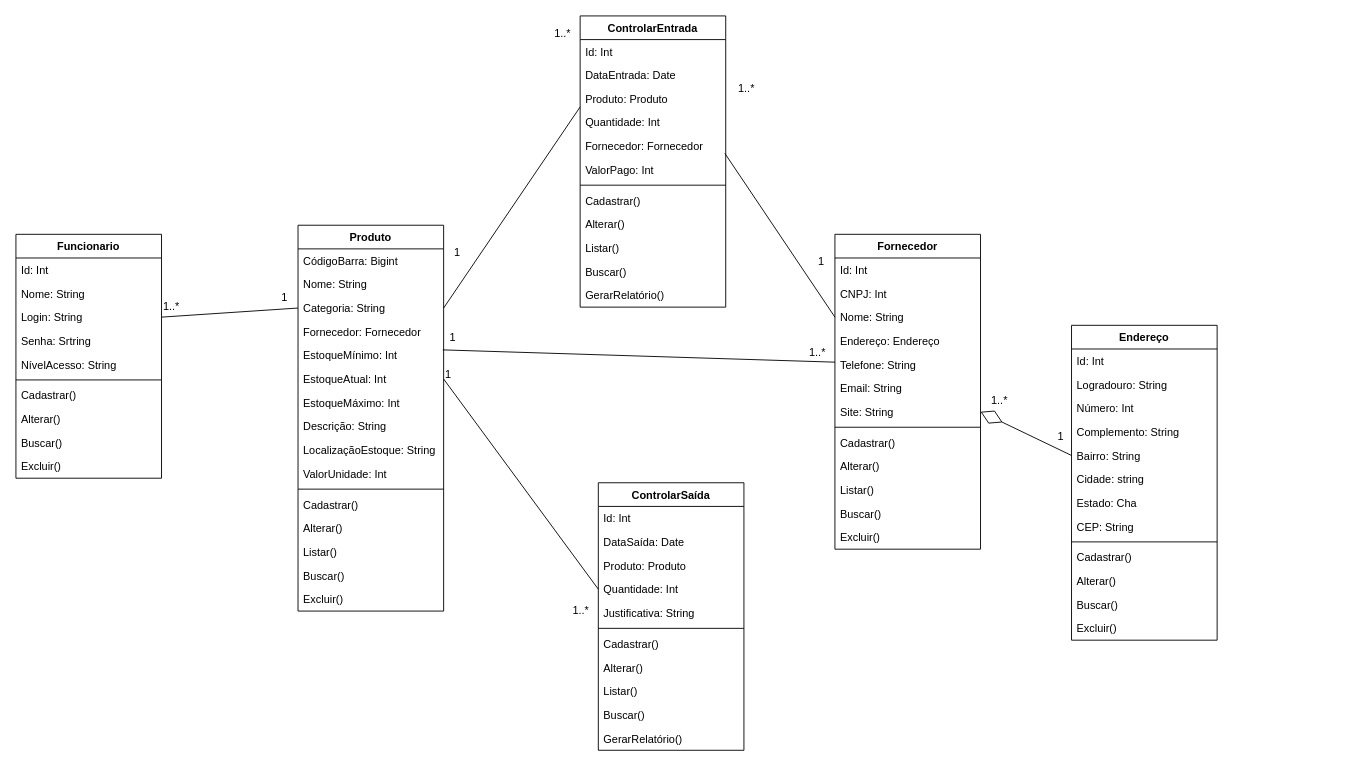
Above: UML/diagramaDeClasse.drawio in fernandounger/OfficeClean (draw.io), before the change. Source tidied: cells renumbered, new cells numbered last; positions are measured from the earlier drawing's top-left corner, leaving out a move shared by most shapes. Both pictures are drawn from the tidied source at 91%, with x=0, y=0 at pixel (15, 15).
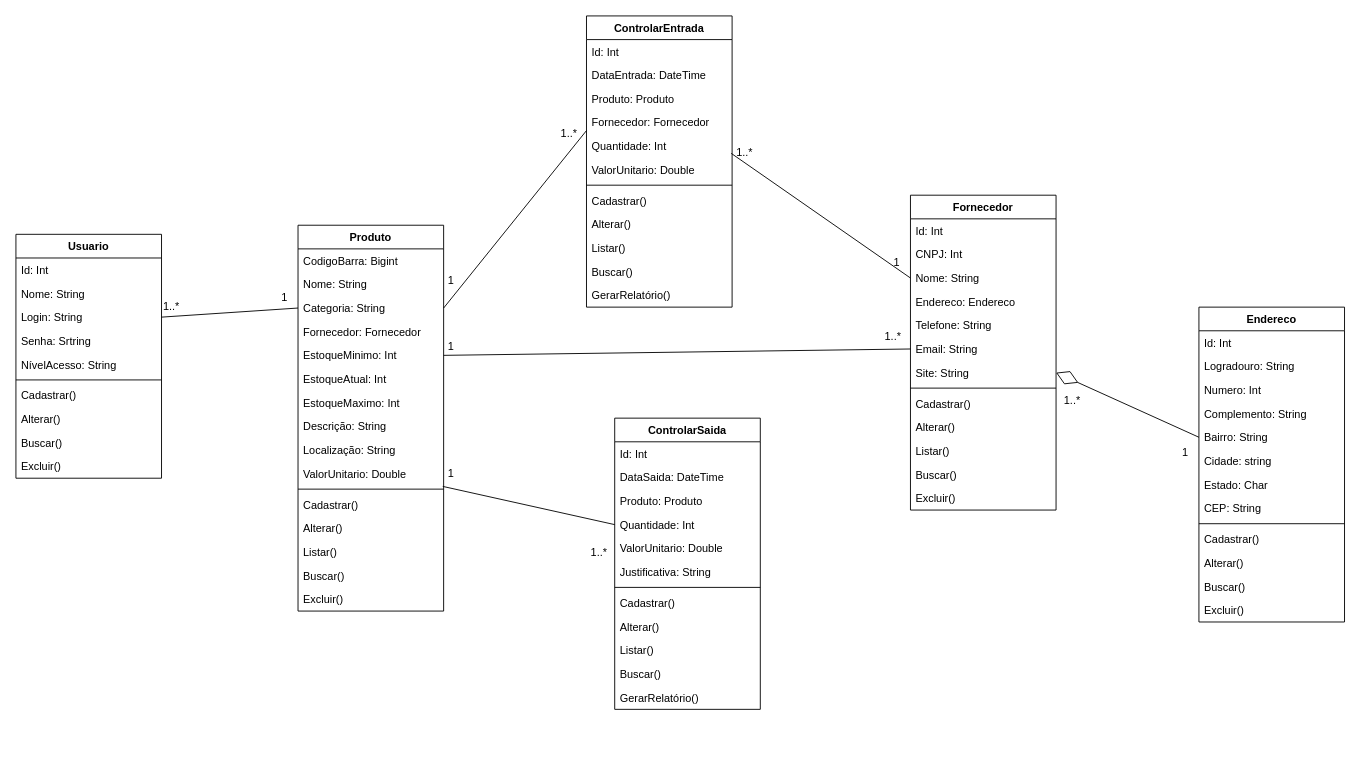
The same page after the edit.

The change refers to these unchanged cells:
```xml
<mxCell id="13" value="Produto" style="swimlane;fontStyle=1;align=center;verticalAlign=top;horizontal=1;startSize=26;" parent="1" vertex="1">
  <mxGeometry x="310" y="230" width="160" height="424" as="geometry" />
</mxCell>
<mxCell id="24" style="line;strokeWidth=1;fillColor=none;align=left;verticalAlign=middle;spacingTop=-1;spacingLeft=3;spacingRight=3;labelPosition=right;points=[];portConstraint=eastwest;" parent="13" vertex="1">
  <mxGeometry y="286" width="160" height="8" as="geometry" />
</mxCell>
<mxCell id="35" value="Telefone: String" style="text;strokeColor=none;fillColor=none;align=left;verticalAlign=top;spacingLeft=4;spacingRight=4;overflow=hidden;points=[[0,0.5],[1,0.5]];portConstraint=eastwest;" parent="30" vertex="1">
  <mxGeometry y="130" width="160" height="26" as="geometry" />
</mxCell>
<mxCell id="36" value="Email: String " style="text;strokeColor=none;fillColor=none;align=left;verticalAlign=top;spacingLeft=4;spacingRight=4;overflow=hidden;points=[[0,0.5],[1,0.5]];portConstraint=eastwest;" parent="30" vertex="1">
  <mxGeometry y="156" width="160" height="26" as="geometry" />
</mxCell>
<mxCell id="61" value="Quantidade: Int" style="text;strokeColor=none;fillColor=none;align=left;verticalAlign=top;spacingLeft=4;spacingRight=4;overflow=hidden;points=[[0,0.5],[1,0.5]];portConstraint=eastwest;" parent="57" vertex="1">
  <mxGeometry y="104" width="160" height="26" as="geometry" />
</mxCell>
```

What changed in the source:
```diff
@@
-    <mxCell id="2" value="Funcionario" style="swimlane;fontStyle=1;align=center;verticalAlign=top;horizontal=1;startSize=26;" parent="1" vertex="1">
+    <mxCell id="2" value="Usuario" style="swimlane;fontStyle=1;align=center;verticalAlign=top;horizontal=1;startSize=26;" parent="1" vertex="1">
       <mxGeometry y="240" width="160" height="268" as="geometry" />
     </mxCell>
@@
-    <mxCell id="14" value="CódigoBarra: Bigint" style="text;strokeColor=none;fillColor=none;align=left;verticalAlign=top;spacingLeft=4;spacingRight=4;overflow=hidden;" parent="13" vertex="1">
+    <mxCell id="14" value="CodigoBarra: Bigint" style="text;strokeColor=none;fillColor=none;align=left;verticalAlign=top;spacingLeft=4;spacingRight=4;overflow=hidden;" parent="13" vertex="1">
       <mxGeometry y="26" width="160" height="26" as="geometry" />
     </mxCell>
@@
-    <mxCell id="18" value="EstoqueMínimo: Int" style="text;strokeColor=none;fillColor=none;align=left;verticalAlign=top;spacingLeft=4;spacingRight=4;overflow=hidden;points=[[0,0.5],[1,0.5]];portConstraint=eastwest;" parent="13" vertex="1">
+    <mxCell id="18" value="EstoqueMinimo: Int" style="text;strokeColor=none;fillColor=none;align=left;verticalAlign=top;spacingLeft=4;spacingRight=4;overflow=hidden;points=[[0,0.5],[1,0.5]];portConstraint=eastwest;" parent="13" vertex="1">
       <mxGeometry y="130" width="160" height="26" as="geometry" />
     </mxCell>
-    <mxCell id="19" value="EstoqueAtual: Int" style="text;strokeColor=none;fillColor=none;align=left;verticalAlign=top;spacingLeft=4;spacingRight=4;overflow=hidden;points=[[0,0.5],[1,0.5]];portConstraint=eastwest;" parent="13" vertex="1">
-      <mxGeometry y="156" width="160" height="26" as="geometry" />
-    </mxCell>
-    <mxCell id="20" value="EstoqueMáximo: Int" style="text;strokeColor=none;fillColor=none;align=left;verticalAlign=top;spacingLeft=4;spacingRight=4;overflow=hidden;" parent="13" vertex="1">
-      <mxGeometry y="182" width="160" height="26" as="geometry" />
+    <mxCell id="20" value="EstoqueAtual: Int" style="text;strokeColor=none;fillColor=none;align=left;verticalAlign=top;spacingLeft=4;spacingRight=4;overflow=hidden;" parent="13" vertex="1">
+      <mxGeometry y="156" width="160" height="26" as="geometry" />
     </mxCell>
+    <mxCell id="101" value="EstoqueMaximo: Int" style="text;strokeColor=none;fillColor=none;align=left;verticalAlign=top;spacingLeft=4;spacingRight=4;overflow=hidden;" parent="13" vertex="1">
+      <mxGeometry y="182" width="160" height="26" as="geometry" />
+    </mxCell>
+    <mxCell id="102" value="Descrição: String" style="text;strokeColor=none;fillColor=none;align=left;verticalAlign=top;spacingLeft=4;spacingRight=4;overflow=hidden;" parent="13" vertex="1">
+      <mxGeometry y="208" width="160" height="26" as="geometry" />
+    </mxCell>
-    <mxCell id="21" value="Descrição: String" style="text;strokeColor=none;fillColor=none;align=left;verticalAlign=top;spacingLeft=4;spacingRight=4;overflow=hidden;" parent="13" vertex="1">
-      <mxGeometry y="208" width="160" height="26" as="geometry" />
+    <mxCell id="21" value="Localização: String" style="text;strokeColor=none;fillColor=none;align=left;verticalAlign=top;spacingLeft=4;spacingRight=4;overflow=hidden;" parent="13" vertex="1">
+      <mxGeometry y="234" width="160" height="26" as="geometry" />
     </mxCell>
-    <mxCell id="22" value="LocalizaçãoEstoque: String" style="text;strokeColor=none;fillColor=none;align=left;verticalAlign=top;spacingLeft=4;spacingRight=4;overflow=hidden;" parent="13" vertex="1">
-      <mxGeometry y="234" width="160" height="26" as="geometry" />
-    </mxCell>
-    <mxCell id="23" value="ValorUnidade: Int" style="text;strokeColor=none;fillColor=none;align=left;verticalAlign=top;spacingLeft=4;spacingRight=4;overflow=hidden;" parent="13" vertex="1">
-      <mxGeometry y="260" width="160" height="26" as="geometry" />
-    </mxCell>
+    <mxCell id="103" value="ValorUnitario: Double" style="text;strokeColor=none;fillColor=none;align=left;verticalAlign=top;spacingLeft=4;spacingRight=4;overflow=hidden;" parent="13" vertex="1">
+      <mxGeometry y="260" width="160" height="26" as="geometry" />
+    </mxCell>
@@
     <mxCell id="30" value="Fornecedor" style="swimlane;fontStyle=1;align=center;verticalAlign=top;horizontal=1;startSize=26;" parent="1" vertex="1">
-      <mxGeometry x="900" y="240" width="160" height="346" as="geometry" />
+      <mxGeometry x="983" y="197" width="160" height="346" as="geometry" />
     </mxCell>
@@
-    <mxCell id="34" value="Endereço: Endereço" style="text;strokeColor=none;fillColor=none;align=left;verticalAlign=top;spacingLeft=4;spacingRight=4;overflow=hidden;" parent="30" vertex="1">
+    <mxCell id="34" value="Endereco: Endereco" style="text;strokeColor=none;fillColor=none;align=left;verticalAlign=top;spacingLeft=4;spacingRight=4;overflow=hidden;" parent="30" vertex="1">
       <mxGeometry y="104" width="160" height="26" as="geometry" />
     </mxCell>
@@
     <mxCell id="44" value="ControlarEntrada" style="swimlane;fontStyle=1;align=center;verticalAlign=top;horizontal=1;startSize=26;" parent="1" vertex="1">
-      <mxGeometry x="620" width="160" height="320" as="geometry" />
+      <mxGeometry x="627" width="160" height="320" as="geometry" />
     </mxCell>
@@
-    <mxCell id="46" value="DataEntrada: Date" style="text;strokeColor=none;fillColor=none;align=left;verticalAlign=top;spacingLeft=4;spacingRight=4;overflow=hidden;" parent="44" vertex="1">
+    <mxCell id="46" value="DataEntrada: DateTime" style="text;strokeColor=none;fillColor=none;align=left;verticalAlign=top;spacingLeft=4;spacingRight=4;overflow=hidden;" parent="44" vertex="1">
       <mxGeometry y="52" width="160" height="26" as="geometry" />
     </mxCell>
@@
+    <mxCell id="49" value="Fornecedor: Fornecedor" style="text;strokeColor=none;fillColor=none;align=left;verticalAlign=top;spacingLeft=4;spacingRight=4;overflow=hidden;" parent="44" vertex="1">
+      <mxGeometry y="104" width="160" height="26" as="geometry" />
+    </mxCell>
     <mxCell id="48" value="Quantidade: Int" style="text;strokeColor=none;fillColor=none;align=left;verticalAlign=top;spacingLeft=4;spacingRight=4;overflow=hidden;points=[[0,0.5],[1,0.5]];portConstraint=eastwest;" parent="44" vertex="1">
-      <mxGeometry y="104" width="160" height="26" as="geometry" />
+      <mxGeometry y="130" width="160" height="26" as="geometry" />
     </mxCell>
-    <mxCell id="49" value="Fornecedor: Fornecedor" style="text;strokeColor=none;fillColor=none;align=left;verticalAlign=top;spacingLeft=4;spacingRight=4;overflow=hidden;" parent="44" vertex="1">
-      <mxGeometry y="130" width="160" height="26" as="geometry" />
-    </mxCell>
-    <mxCell id="50" value="ValorPago: Int" style="text;strokeColor=none;fillColor=none;align=left;verticalAlign=top;spacingLeft=4;spacingRight=4;overflow=hidden;points=[[0,0.5],[1,0.5]];portConstraint=eastwest;" parent="44" vertex="1">
+    <mxCell id="50" value="ValorUnitario: Double" style="text;strokeColor=none;fillColor=none;align=left;verticalAlign=top;spacingLeft=4;spacingRight=4;overflow=hidden;points=[[0,0.5],[1,0.5]];portConstraint=eastwest;" parent="44" vertex="1">
       <mxGeometry y="156" width="160" height="26" as="geometry" />
     </mxCell>
@@
-    <mxCell id="57" value="ControlarSaída" style="swimlane;fontStyle=1;align=center;verticalAlign=top;horizontal=1;startSize=26;" parent="1" vertex="1">
-      <mxGeometry x="640" y="513" width="160" height="294" as="geometry" />
+    <mxCell id="57" value="ControlarSaida" style="swimlane;fontStyle=1;align=center;verticalAlign=top;horizontal=1;startSize=26;" parent="1" vertex="1">
+      <mxGeometry x="658" y="442" width="160" height="320" as="geometry" />
     </mxCell>
@@
-    <mxCell id="59" value="DataSaída: Date" style="text;strokeColor=none;fillColor=none;align=left;verticalAlign=top;spacingLeft=4;spacingRight=4;overflow=hidden;" parent="57" vertex="1">
+    <mxCell id="59" value="DataSaida: DateTime" style="text;strokeColor=none;fillColor=none;align=left;verticalAlign=top;spacingLeft=4;spacingRight=4;overflow=hidden;" parent="57" vertex="1">
       <mxGeometry y="52" width="160" height="26" as="geometry" />
     </mxCell>
@@
+    <mxCell id="104" value="ValorUnitario: Double" style="text;strokeColor=none;fillColor=none;align=left;verticalAlign=top;spacingLeft=4;spacingRight=4;overflow=hidden;" parent="57" vertex="1">
+      <mxGeometry y="130" width="160" height="26" as="geometry" />
+    </mxCell>
     <mxCell id="62" value="Justificativa: String" style="text;strokeColor=none;fillColor=none;align=left;verticalAlign=top;spacingLeft=4;spacingRight=4;overflow=hidden;" parent="57" vertex="1">
-      <mxGeometry y="130" width="160" height="26" as="geometry" />
+      <mxGeometry y="156" width="160" height="26" as="geometry" />
     </mxCell>
     <mxCell id="63" style="line;strokeWidth=1;fillColor=none;align=left;verticalAlign=middle;spacingTop=-1;spacingLeft=3;spacingRight=3;labelPosition=right;" parent="57" vertex="1">
-      <mxGeometry y="156" width="160" height="8" as="geometry" />
+      <mxGeometry y="182" width="160" height="8" as="geometry" />
     </mxCell>
     <mxCell id="64" value="Cadastrar()" style="text;strokeColor=none;fillColor=none;align=left;verticalAlign=top;spacingLeft=4;spacingRight=4;overflow=hidden;" parent="57" vertex="1">
-      <mxGeometry y="164" width="160" height="26" as="geometry" />
+      <mxGeometry y="190" width="160" height="26" as="geometry" />
     </mxCell>
     <mxCell id="65" value="Alterar()" style="text;strokeColor=none;fillColor=none;align=left;verticalAlign=top;spacingLeft=4;spacingRight=4;overflow=hidden;" parent="57" vertex="1">
-      <mxGeometry y="190" width="160" height="26" as="geometry" />
+      <mxGeometry y="216" width="160" height="26" as="geometry" />
     </mxCell>
     <mxCell id="66" value="Listar()" style="text;strokeColor=none;fillColor=none;align=left;verticalAlign=top;spacingLeft=4;spacingRight=4;overflow=hidden;" parent="57" vertex="1">
-      <mxGeometry y="216" width="160" height="26" as="geometry" />
+      <mxGeometry y="242" width="160" height="26" as="geometry" />
     </mxCell>
     <mxCell id="67" value="Buscar()" style="text;strokeColor=none;fillColor=none;align=left;verticalAlign=top;spacingLeft=4;spacingRight=4;overflow=hidden;" parent="57" vertex="1">
-      <mxGeometry y="242" width="160" height="26" as="geometry" />
+      <mxGeometry y="268" width="160" height="26" as="geometry" />
     </mxCell>
     <mxCell id="68" value="GerarRelatório()" style="text;strokeColor=none;fillColor=none;align=left;verticalAlign=top;spacingLeft=4;spacingRight=4;overflow=hidden;" parent="57" vertex="1">
-      <mxGeometry y="268" width="160" height="26" as="geometry" />
+      <mxGeometry y="294" width="160" height="26" as="geometry" />
     </mxCell>
-    <mxCell id="69" value="Endereço" style="swimlane;fontStyle=1;align=center;verticalAlign=top;horizontal=1;startSize=26;" parent="1" vertex="1">
-      <mxGeometry x="1160" y="340" width="160" height="346" as="geometry" />
+    <mxCell id="69" value="Endereco" style="swimlane;fontStyle=1;align=center;verticalAlign=top;horizontal=1;startSize=26;" parent="1" vertex="1">
+      <mxGeometry x="1300" y="320" width="160" height="346" as="geometry" />
     </mxCell>
@@
-    <mxCell id="72" value="Número: Int" style="text;strokeColor=none;fillColor=none;align=left;verticalAlign=top;spacingLeft=4;spacingRight=4;overflow=hidden;" parent="69" vertex="1">
+    <mxCell id="72" value="Numero: Int" style="text;strokeColor=none;fillColor=none;align=left;verticalAlign=top;spacingLeft=4;spacingRight=4;overflow=hidden;" parent="69" vertex="1">
       <mxGeometry y="78" width="160" height="26" as="geometry" />
     </mxCell>
@@
-    <mxCell id="76" value="Estado: Cha" style="text;strokeColor=none;fillColor=none;align=left;verticalAlign=top;spacingLeft=4;spacingRight=4;overflow=hidden;" parent="69" vertex="1">
+    <mxCell id="76" value="Estado: Char" style="text;strokeColor=none;fillColor=none;align=left;verticalAlign=top;spacingLeft=4;spacingRight=4;overflow=hidden;" parent="69" vertex="1">
       <mxGeometry y="182" width="160" height="26" as="geometry" />
     </mxCell>
@@
-    <mxCell id="85" style="endArrow=none;html=1;exitX=1;exitY=0.5;exitDx=0;exitDy=0;entryX=0;entryY=0.5;entryDx=0;entryDy=0;" parent="1" edge="1" source="19" target="61">
+    <mxCell id="85" style="endArrow=none;html=1;exitX=0.994;exitY=0.125;exitDx=0;exitDy=0;entryX=0;entryY=0.5;entryDx=0;entryDy=0;exitPerimeter=0;" parent="1" edge="1" source="24" target="61">
       <mxGeometry relative="1" as="geometry" />
     </mxCell>
-    <mxCell id="86" style="endArrow=none;html=1;exitX=0.994;exitY=0.269;exitDx=0;exitDy=0;exitPerimeter=0;" parent="1" edge="1" source="18" target="35">
-      <mxGeometry relative="1" as="geometry" />
-    </mxCell>
@@
     <mxCell id="91" value="1..*" style="text;html=1;align=left;verticalAlign=top;spacingTop=-4;" parent="1" vertex="1">
-      <mxGeometry x="590" y="10" width="30" height="20" as="geometry" />
+      <mxGeometry x="597" y="120" width="30" height="20" as="geometry" />
     </mxCell>
     <mxCell id="92" value="1" style="text;html=1;align=left;verticalAlign=top;spacingTop=-4;" parent="1" vertex="1">
-      <mxGeometry x="480" y="250" width="20" height="20" as="geometry" />
+      <mxGeometry x="472.5" y="281" width="20" height="20" as="geometry" />
     </mxCell>
     <mxCell id="93" value="1..*" style="text;html=1;align=left;verticalAlign=top;spacingTop=-4;" parent="1" vertex="1">
-      <mxGeometry x="870" y="360" width="30" height="20" as="geometry" />
+      <mxGeometry x="953" y="343" width="30" height="20" as="geometry" />
     </mxCell>
     <mxCell id="94" value="1" style="text;html=1;align=left;verticalAlign=top;spacingTop=-4;" parent="1" vertex="1">
-      <mxGeometry x="475" y="344" width="20" height="20" as="geometry" />
+      <mxGeometry x="472.5" y="354" width="20" height="20" as="geometry" />
     </mxCell>
     <mxCell id="95" value="1" style="text;html=1;align=left;verticalAlign=top;spacingTop=-4;" parent="1" vertex="1">
-      <mxGeometry x="470" y="384" width="20" height="20" as="geometry" />
+      <mxGeometry x="472.5" y="493" width="20" height="20" as="geometry" />
     </mxCell>
     <mxCell id="96" value="1..*" style="text;html=1;align=left;verticalAlign=top;spacingTop=-4;" parent="1" vertex="1">
-      <mxGeometry x="610" y="644" width="30" height="20" as="geometry" />
+      <mxGeometry x="630" y="580" width="30" height="20" as="geometry" />
     </mxCell>
     <mxCell id="97" value="1..*" style="text;html=1;align=left;verticalAlign=top;spacingTop=-4;" parent="1" vertex="1">
-      <mxGeometry x="792" y="70" width="30" height="20" as="geometry" />
+      <mxGeometry x="790" y="140" width="30" height="20" as="geometry" />
     </mxCell>
     <mxCell id="98" value="1" style="text;html=1;align=left;verticalAlign=top;spacingTop=-4;" parent="1" vertex="1">
-      <mxGeometry x="880" y="260" width="20" height="20" as="geometry" />
+      <mxGeometry x="963" y="261" width="20" height="20" as="geometry" />
     </mxCell>
     <mxCell id="99" value="1" style="text;html=1;align=left;verticalAlign=top;spacingTop=-4;" parent="1" vertex="1">
-      <mxGeometry x="1143" y="453" width="20" height="20" as="geometry" />
+      <mxGeometry x="1280" y="470" width="20" height="20" as="geometry" />
     </mxCell>
     <mxCell id="100" value="1..*" style="text;html=1;align=left;verticalAlign=top;spacingTop=-4;" parent="1" vertex="1">
-      <mxGeometry x="1070" y="413" width="30" height="20" as="geometry" />
+      <mxGeometry x="1150" y="413" width="30" height="20" as="geometry" />
     </mxCell>
+    <mxCell id="105" style="endArrow=none;html=1;exitX=1;exitY=0.5;exitDx=0;exitDy=0;entryX=0;entryY=0.5;entryDx=0;entryDy=0;" parent="1" edge="1" source="18" target="36">
+      <mxGeometry relative="1" as="geometry" />
+    </mxCell>
```
